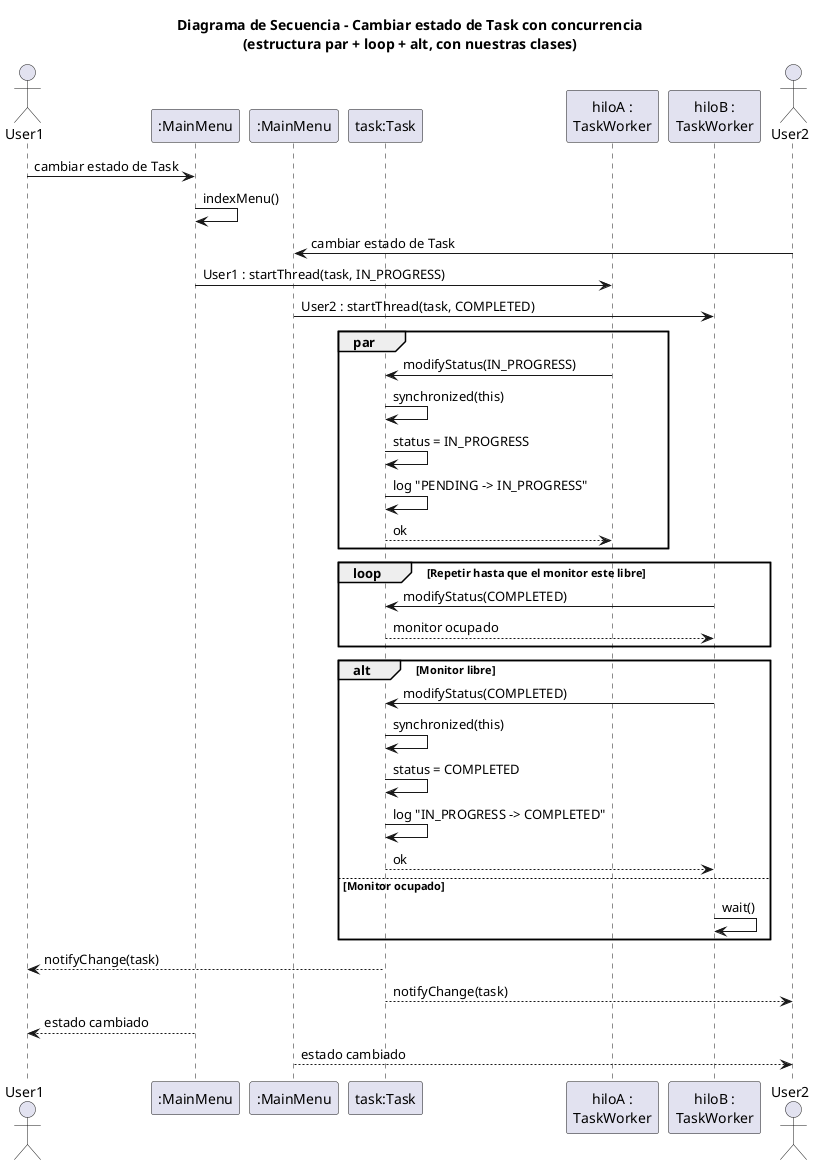
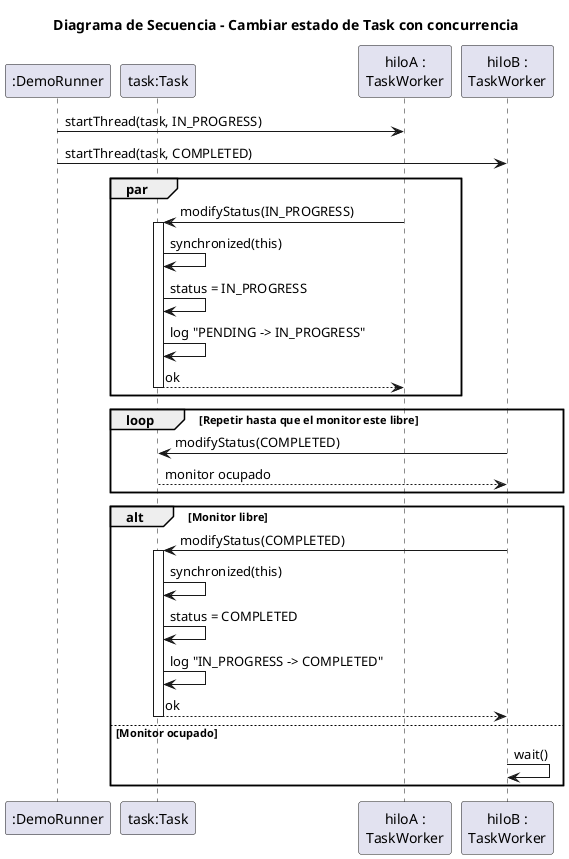
@startuml SecuenciaCambiarEstado
- title Diagrama de Secuencia - Cambiar estado de Task con concurrencia\n(estructura par + loop + alt, con nuestras clases)
+ title Diagrama de Secuencia - Cambiar estado de Task con concurrencia

- actor User1
- participant ":MainMenu" as menu1
- participant ":MainMenu" as menu2
+ participant ":DemoRunner" as demo
participant "task:Task" as task
participant "hiloA :\nTaskWorker" as hiloA
participant "hiloB :\nTaskWorker" as hiloB
- actor User2

- User1 -> menu1 : cambiar estado de Task
- menu1 -> menu1 : indexMenu()
- 
- User2 -> menu2 : cambiar estado de Task
- 
- menu1 -> hiloA : User1 : startThread(task, IN_PROGRESS)
- menu2 -> hiloB : User2 : startThread(task, COMPLETED)
+ demo -> hiloA : startThread(task, IN_PROGRESS)
+ demo -> hiloB : startThread(task, COMPLETED)

par
  hiloA -> task : modifyStatus(IN_PROGRESS)
+   activate task
  task -> task : synchronized(this)
  task -> task : status = IN_PROGRESS
  task -> task : log "PENDING -> IN_PROGRESS"
  task --> hiloA : ok
+   deactivate task
end

loop Repetir hasta que el monitor este libre
  hiloB -> task : modifyStatus(COMPLETED)
  task --> hiloB : monitor ocupado
end

alt Monitor libre
  hiloB -> task : modifyStatus(COMPLETED)
+   activate task
  task -> task : synchronized(this)
  task -> task : status = COMPLETED
  task -> task : log "IN_PROGRESS -> COMPLETED"
  task --> hiloB : ok
+   deactivate task
else Monitor ocupado
  hiloB -> hiloB : wait()
end

- task --> User1 : notifyChange(task)
- task --> User2 : notifyChange(task)
- 
- menu1 --> User1 : estado cambiado
- menu2 --> User2 : estado cambiado
- 
@enduml
